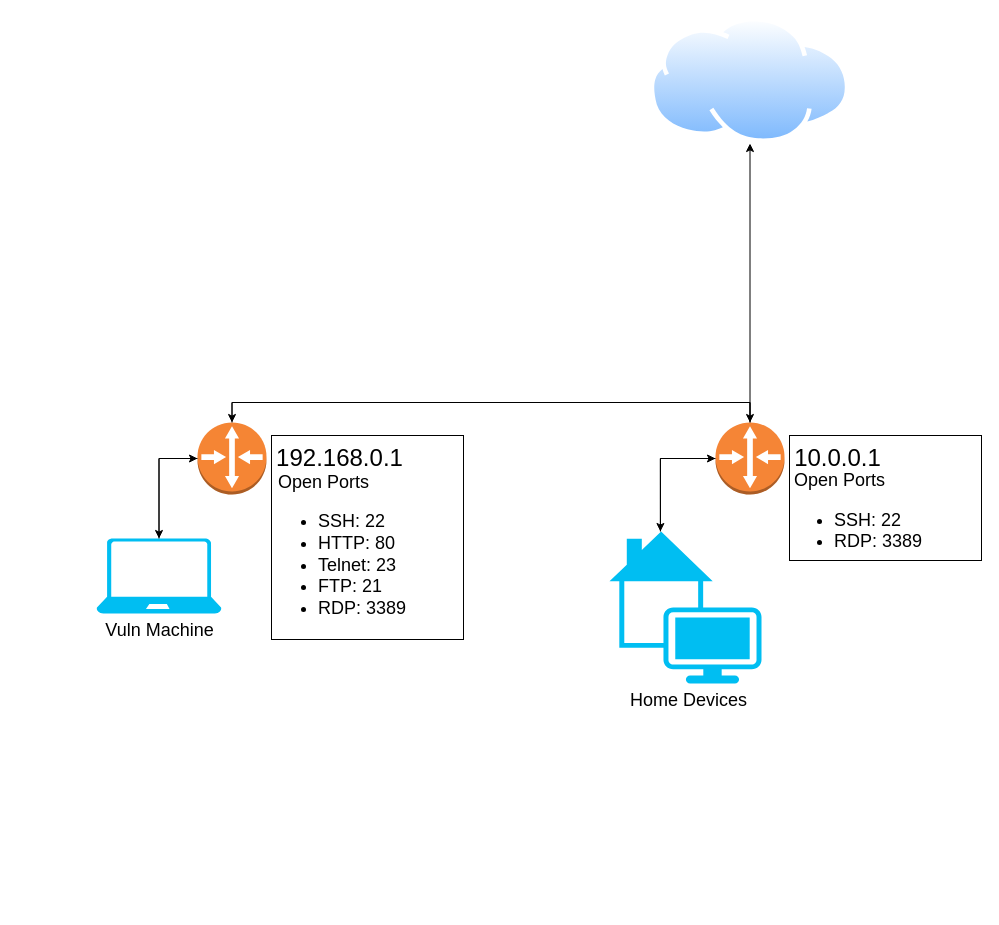
Before: Client_Setup/SimpleNetDiagram.drawio in fath3rl0s/SOC_ACC_24, a draw.io diagram. Source tidied: cells renumbered, new cells numbered last; positions are measured from the earlier drawing's top-left corner, leaving out a move shared by most shapes. Both pictures are drawn from the tidied source at 100%, with x=0, y=0 at pixel (96, 17).
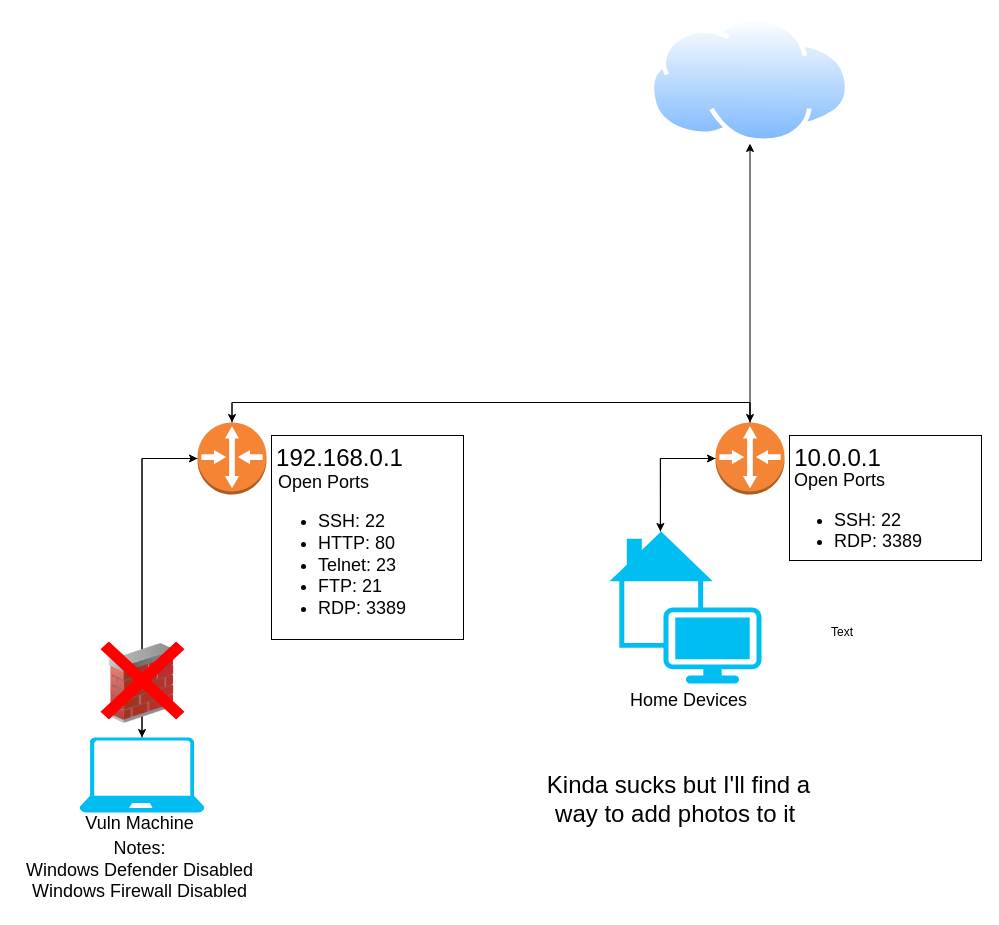
The same diagram, later.

What changed in the source:
```diff
@@
     <mxCell id="4" style="verticalLabelPosition=bottom;html=1;verticalAlign=top;align=center;strokeColor=none;fillColor=#00BEF2;shape=mxgraph.azure.laptop;" parent="1" vertex="1">
-      <mxGeometry y="521" width="125" height="75" as="geometry" />
+      <mxGeometry x="-17" y="720" width="125" height="75" as="geometry" />
     </mxCell>
@@
     <mxCell id="20" value="&lt;font style=&quot;font-size: 18px;&quot;&gt;Vuln Machine&lt;/font&gt;" style="text;html=1;align=center;verticalAlign=middle;strokeColor=none;fillColor=none;" parent="1" vertex="1">
-      <mxGeometry y="596" width="126" height="34" as="geometry" />
+      <mxGeometry x="-20" y="789" width="126" height="34" as="geometry" />
     </mxCell>
@@
+    <mxCell id="22" style="image;html=1;image=img/lib/clip_art/networking/Firewall_02_128x128.png;" parent="1" vertex="1">
+      <mxGeometry x="6" y="626" width="80" height="80" as="geometry" />
+    </mxCell>
+    <mxCell id="23" style="shape=mxgraph.mockup.markup.redX;fillColor=#ff0000;html=1;shadow=0;whiteSpace=wrap;strokeColor=none;" parent="1" vertex="1">
+      <mxGeometry x="4" y="624" width="84" height="78" as="geometry" />
+    </mxCell>
+    <mxCell id="24" value="&lt;span style=&quot;font-size: 18px;&quot;&gt;Notes:&lt;br&gt;Windows Defender Disabled&lt;/span&gt;&lt;div&gt;&lt;span style=&quot;font-size: 18px;&quot;&gt;Windows Firewall Disabled&lt;/span&gt;&lt;/div&gt;" style="text;html=1;align=center;verticalAlign=middle;strokeColor=none;fillColor=none;" parent="1" vertex="1">
+      <mxGeometry x="-79.5" y="814" width="245" height="77" as="geometry" />
+    </mxCell>
+    <mxCell id="25" value="Text" style="text;html=1;align=center;verticalAlign=middle;whiteSpace=wrap;rounded=0;" parent="1" vertex="1">
+      <mxGeometry x="716" y="600" width="60" height="30" as="geometry" />
+    </mxCell>
+    <mxCell id="26" value="&lt;font style=&quot;font-size: 24px;&quot;&gt;Kinda sucks but I'll find a way to add photos to it&amp;nbsp;&lt;/font&gt;" style="text;html=1;align=center;verticalAlign=middle;whiteSpace=wrap;rounded=0;" parent="1" vertex="1">
+      <mxGeometry x="436" y="767" width="293" height="30" as="geometry" />
+    </mxCell>
```
